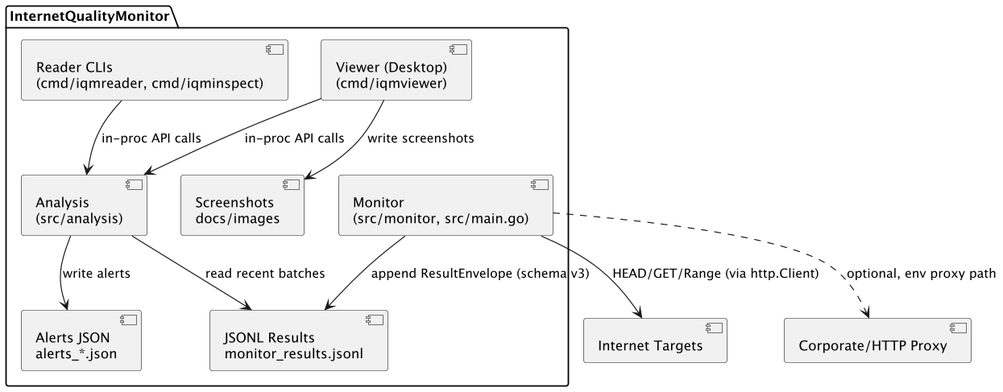
iafilius/InternetQualityMonitor keeps this PlantUML diagram as docs/diagrams/docs/images/IQMComponents.png. Above is the earlier version. Its diagram source:
```plantuml
@startuml IQMComponents
scale 1.2
package "InternetQualityMonitor" {
  [Monitor\n(src/monitor, src/main.go)] as Monitor
  [Analysis\n(src/analysis)] as Analysis
  [Viewer (Desktop)\n(cmd/iqmviewer)] as Viewer
  [Reader CLIs\n(cmd/iqmreader, cmd/iqminspect)] as Readers
  [JSONL Results\nmonitor_results.jsonl] as JSONL
  [Alerts JSON\nalerts_*.json] as Alerts
  [Screenshots\ndocs/images] as Shots
}

[Internet Targets] as Targets
[Corporate/HTTP Proxy] as Proxy

Monitor --> JSONL : append ResultEnvelope (schema v3)
Analysis --> JSONL : read recent batches
Viewer --> Analysis : in‑proc API calls
Readers --> Analysis : in‑proc API calls
Analysis --> Alerts : write alerts
Viewer --> Shots : write screenshots

Monitor --> Targets : HEAD/GET/Range (via http.Client)
Monitor ..> Proxy : optional, env proxy path
@enduml
```
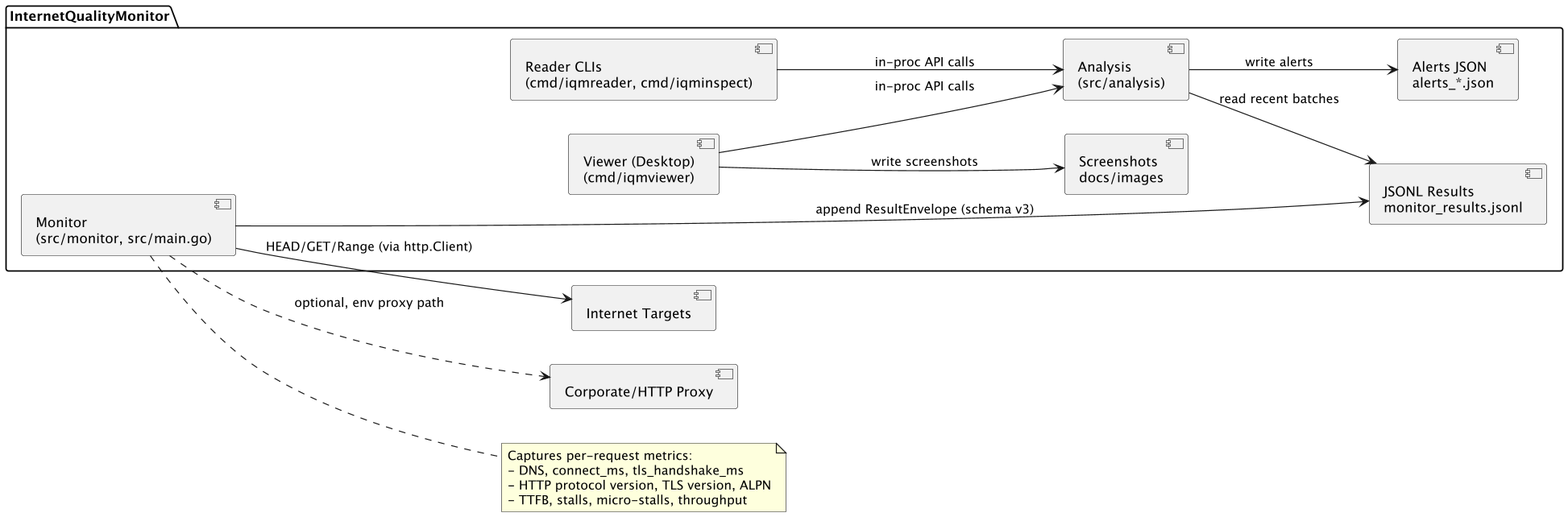
Above is the later version.

Change to the diagram source:
```diff
@@ -1,4 +1,5 @@
 @startuml IQMComponents
+left to right direction
 scale 1.2
 package "InternetQualityMonitor" {
   [Monitor\n(src/monitor, src/main.go)] as Monitor
@@ -14,12 +15,20 @@
 [Corporate/HTTP Proxy] as Proxy
 
 Monitor --> JSONL : append ResultEnvelope (schema v3)
+note right of Monitor
+Captures per-request metrics:
+- DNS, connect_ms, tls_handshake_ms
+- HTTP protocol version, TLS version, ALPN
+- TTFB, stalls, micro-stalls, throughput
+end note
 Analysis --> JSONL : read recent batches
 Viewer --> Analysis : in‑proc API calls
 Readers --> Analysis : in‑proc API calls
 Analysis --> Alerts : write alerts
 Viewer --> Shots : write screenshots
 
+Monitor -[hidden]- Viewer
+
 Monitor --> Targets : HEAD/GET/Range (via http.Client)
 Monitor ..> Proxy : optional, env proxy path
 @enduml
```
